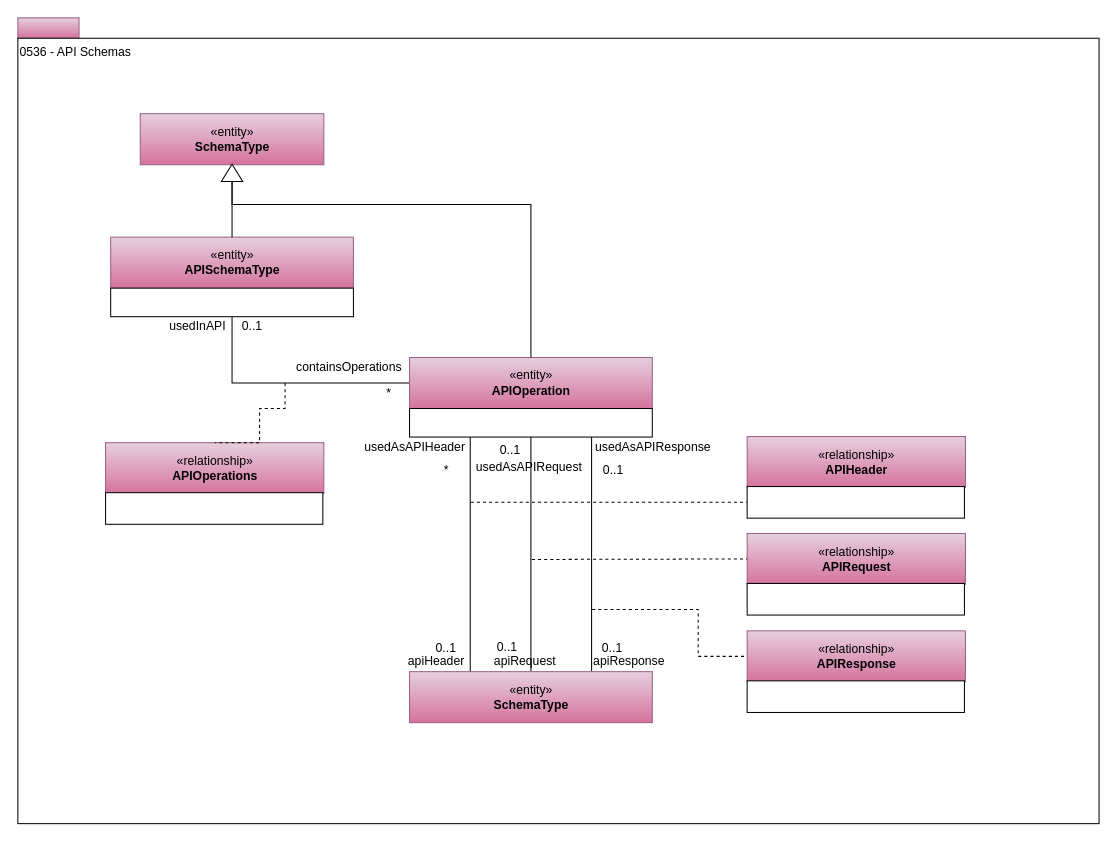
The draw.io diagram page "0536-API-Schemas" (17 of 27) of open-metadata-publication/website/open-metadata-types/area-5-models-and-schema.drawio in odpi/egeria, before the edit. Source tidied: cells renumbered, new cells numbered last; positions are measured from the earlier drawing's top-left corner, leaving out a move shared by most shapes. Both pictures are drawn from the tidied source at 102%, with x=0, y=0 at pixel (17, 17).
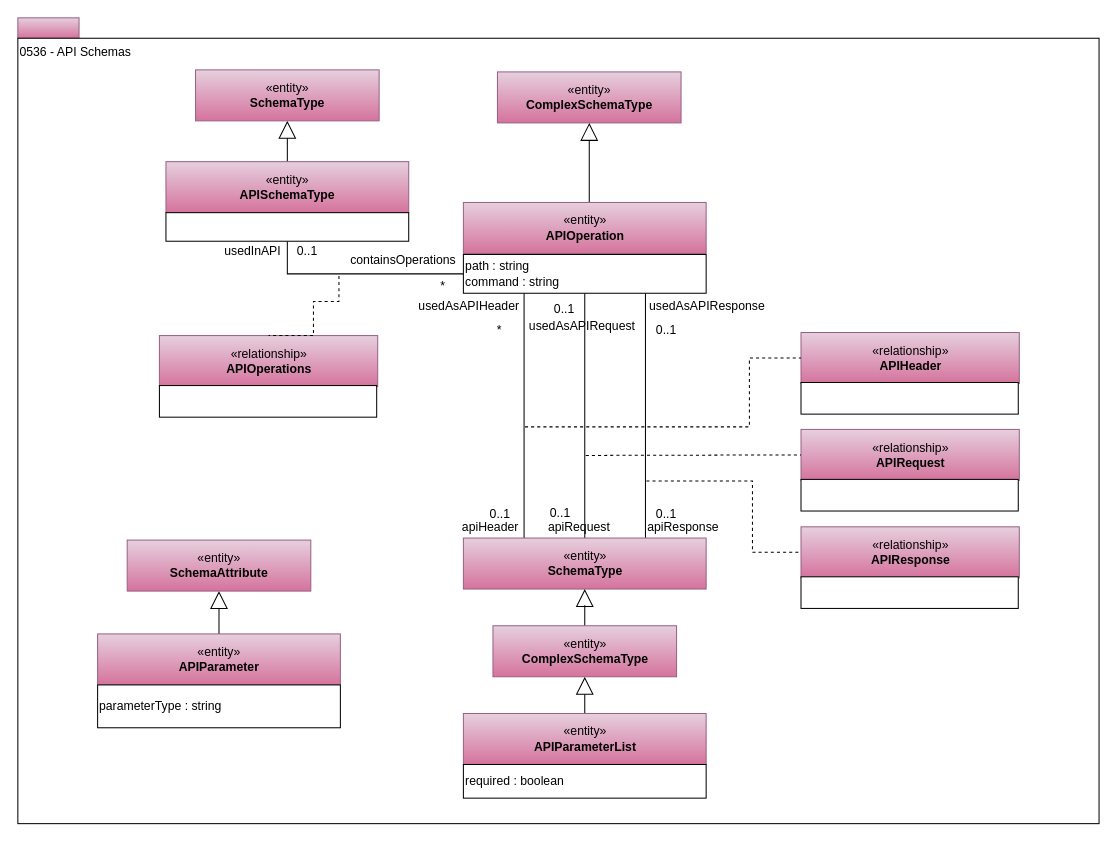
After the change.

The edit, as a diff of the source:
```diff
@@
+    <mxCell id="45" style="edgeStyle=orthogonalEdgeStyle;rounded=0;jumpSize=16;jettySize=auto;html=1;endArrow=block;endFill=0;endSize=15;" parent="1" edge="1" source="4" target="77">
+      <mxGeometry relative="1" as="geometry" />
+    </mxCell>
     <mxCell id="4" value="«entity»&lt;br&gt;&lt;b&gt;APISchemaType&lt;/b&gt;" style="html=1;strokeColor=#996185;align=center;fillColor=#e6d0de;gradientColor=#d5739d;" parent="1" vertex="1">
-      <mxGeometry x="91" y="215" width="238" height="50" as="geometry" />
+      <mxGeometry x="145.2" y="141" width="238" height="50" as="geometry" />
     </mxCell>
-    <mxCell id="5" style="edgeStyle=orthogonalEdgeStyle;rounded=0;jettySize=auto;html=1;exitX=0.5;exitY=1;exitDx=0;exitDy=0;entryX=0;entryY=0.5;entryDx=0;entryDy=0;endArrow=none;endFill=0;" parent="1" edge="1" source="6" target="10">
-      <mxGeometry relative="1" as="geometry" />
-    </mxCell>
-    <mxCell id="6" style="rounded=0;whiteSpace=wrap;html=1;strokeColor=#000000;gradientColor=#ffffff;align=left;" parent="1" vertex="1">
-      <mxGeometry x="91" y="265" width="238" height="28" as="geometry" />
-    </mxCell>
-    <mxCell id="7" style="edgeStyle=orthogonalEdgeStyle;rounded=0;html=1;endArrow=none;endFill=0;jettySize=auto;exitX=0;exitY=0.5;" parent="1" edge="1" source="9" target="4">
-      <mxGeometry relative="1" as="geometry" />
-    </mxCell>
-    <mxCell id="8" value="«entity»&lt;br&gt;&lt;b&gt;SchemaType&lt;/b&gt;" style="html=1;strokeColor=#996185;align=center;fillColor=#e6d0de;gradientColor=#d5739d;" parent="1" vertex="1">
-      <mxGeometry x="120" y="94" width="180" height="50" as="geometry" />
-    </mxCell>
-    <mxCell id="9" style="triangle;whiteSpace=wrap;html=1;strokeColor=#000000;gradientColor=#ffffff;align=center;rotation=-90;" parent="1" vertex="1">
-      <mxGeometry x="201.5" y="141.5" width="17" height="21" as="geometry" />
-    </mxCell>
+    <mxCell id="46" style="edgeStyle=orthogonalEdgeStyle;rounded=0;jettySize=auto;html=1;exitX=0.5;exitY=1;exitDx=0;exitDy=0;entryX=0;entryY=0.5;entryDx=0;entryDy=0;endArrow=none;endFill=0;" parent="1" edge="1" source="47" target="53">
+      <mxGeometry relative="1" as="geometry" />
+    </mxCell>
+    <mxCell id="47" style="rounded=0;whiteSpace=wrap;html=1;strokeColor=#000000;gradientColor=#ffffff;align=left;" parent="1" vertex="1">
+      <mxGeometry x="145.2" y="191" width="238" height="28" as="geometry" />
+    </mxCell>
+    <mxCell id="48" value="«entity»&lt;br&gt;&lt;b&gt;ComplexSchemaType&lt;/b&gt;" style="html=1;strokeColor=#996185;align=center;fillColor=#e6d0de;gradientColor=#d5739d;" parent="1" vertex="1">
+      <mxGeometry x="470.2" y="53" width="180" height="50" as="geometry" />
+    </mxCell>
+    <mxCell id="49" style="edgeStyle=orthogonalEdgeStyle;rounded=0;jettySize=auto;html=1;endArrow=block;endFill=0;endSize=15;" parent="1" edge="1" source="10" target="48">
+      <mxGeometry relative="1" as="geometry">
+        <Array as="points">
+          <mxPoint x="560.2" y="155" />
+          <mxPoint x="560.2" y="155" />
+        </Array>
+      </mxGeometry>
+    </mxCell>
     <mxCell id="10" value="«entity»&lt;br&gt;&lt;b&gt;APIOperation&lt;/b&gt;" style="html=1;strokeColor=#996185;align=center;fillColor=#e6d0de;gradientColor=#d5739d;" parent="1" vertex="1">
-      <mxGeometry x="384" y="333" width="238" height="50" as="geometry" />
+      <mxGeometry x="436.8" y="181" width="238" height="50" as="geometry" />
     </mxCell>
-    <mxCell id="11" style="edgeStyle=orthogonalEdgeStyle;rounded=0;jettySize=auto;html=1;exitX=0.25;exitY=1;exitDx=0;exitDy=0;endArrow=none;endFill=0;entryX=0.25;entryY=0;entryDx=0;entryDy=0;" parent="1" edge="1" source="14" target="23">
-      <mxGeometry relative="1" as="geometry" />
-    </mxCell>
-    <mxCell id="12" style="edgeStyle=orthogonalEdgeStyle;rounded=0;jettySize=auto;html=1;exitX=0.5;exitY=1;exitDx=0;exitDy=0;entryX=0.5;entryY=0;entryDx=0;entryDy=0;endArrow=none;endFill=0;" parent="1" edge="1" source="14" target="23">
-      <mxGeometry relative="1" as="geometry" />
-    </mxCell>
-    <mxCell id="13" style="edgeStyle=orthogonalEdgeStyle;rounded=0;jettySize=auto;html=1;exitX=0.75;exitY=1;exitDx=0;exitDy=0;entryX=0.75;entryY=0;entryDx=0;entryDy=0;endArrow=none;endFill=0;" parent="1" edge="1" source="14" target="23">
-      <mxGeometry relative="1" as="geometry" />
-    </mxCell>
-    <mxCell id="14" style="rounded=0;whiteSpace=wrap;html=1;strokeColor=#000000;gradientColor=#ffffff;align=left;" parent="1" vertex="1">
-      <mxGeometry x="384" y="383" width="238" height="28" as="geometry" />
-    </mxCell>
-    <mxCell id="15" style="edgeStyle=orthogonalEdgeStyle;rounded=0;html=1;endArrow=none;endFill=0;jettySize=auto;exitX=0;exitY=0.5;exitDx=0;exitDy=0;" parent="1" edge="1" source="9" target="10">
-      <mxGeometry relative="1" as="geometry">
-        <Array as="points">
-          <mxPoint x="210" y="183" />
-          <mxPoint x="503" y="183" />
-        </Array>
-      </mxGeometry>
-    </mxCell>
+    <mxCell id="50" style="edgeStyle=orthogonalEdgeStyle;rounded=0;jettySize=auto;html=1;exitX=0.25;exitY=1;exitDx=0;exitDy=0;endArrow=none;endFill=0;entryX=0.25;entryY=0;entryDx=0;entryDy=0;" parent="1" edge="1" source="53" target="56">
+      <mxGeometry relative="1" as="geometry" />
+    </mxCell>
+    <mxCell id="51" style="edgeStyle=orthogonalEdgeStyle;rounded=0;jettySize=auto;html=1;exitX=0.5;exitY=1;exitDx=0;exitDy=0;entryX=0.5;entryY=0;entryDx=0;entryDy=0;endArrow=none;endFill=0;" parent="1" edge="1" source="53" target="56">
+      <mxGeometry relative="1" as="geometry" />
+    </mxCell>
+    <mxCell id="52" style="edgeStyle=orthogonalEdgeStyle;rounded=0;jettySize=auto;html=1;exitX=0.75;exitY=1;exitDx=0;exitDy=0;entryX=0.75;entryY=0;entryDx=0;entryDy=0;endArrow=none;endFill=0;" parent="1" edge="1" source="53" target="56">
+      <mxGeometry relative="1" as="geometry" />
+    </mxCell>
+    <mxCell id="53" value="path : string&lt;br&gt;command : string" style="rounded=0;whiteSpace=wrap;html=1;strokeColor=#000000;gradientColor=#ffffff;align=left;" parent="1" vertex="1">
+      <mxGeometry x="436.8" y="232" width="238" height="38" as="geometry" />
+    </mxCell>
     <mxCell id="16" value="*" style="text;html=1;strokeColor=none;fillColor=none;align=center;verticalAlign=middle;whiteSpace=wrap;rounded=0;" parent="1" vertex="1">
-      <mxGeometry x="344" y="358" width="40" height="20" as="geometry" />
+      <mxGeometry x="396.8" y="253" width="40" height="20" as="geometry" />
     </mxCell>
     <mxCell id="17" value="containsOperations" style="text;html=1;strokeColor=none;fillColor=none;align=center;verticalAlign=middle;whiteSpace=wrap;rounded=0;" parent="1" vertex="1">
-      <mxGeometry x="273" y="333" width="104" height="20" as="geometry" />
+      <mxGeometry x="325.8" y="228" width="104" height="20" as="geometry" />
     </mxCell>
     <mxCell id="18" value="0..1" style="text;html=1;strokeColor=none;fillColor=none;align=center;verticalAlign=middle;whiteSpace=wrap;rounded=0;" parent="1" vertex="1">
-      <mxGeometry x="210" y="293" width="40" height="20" as="geometry" />
+      <mxGeometry x="264.2" y="219" width="40" height="20" as="geometry" />
     </mxCell>
     <mxCell id="19" value="usedInAPI" style="text;html=1;strokeColor=none;fillColor=none;align=center;verticalAlign=middle;whiteSpace=wrap;rounded=0;" parent="1" vertex="1">
-      <mxGeometry x="143" y="293" width="67" height="20" as="geometry" />
+      <mxGeometry x="197.2" y="219" width="67" height="20" as="geometry" />
     </mxCell>
     <mxCell id="20" value="«relationship»&lt;br&gt;&lt;b&gt;APIOperations&lt;/b&gt;" style="html=1;strokeColor=#996185;align=center;fillColor=#e6d0de;gradientColor=#d5739d;" parent="1" vertex="1">
-      <mxGeometry x="86" y="416.5" width="214" height="50" as="geometry" />
+      <mxGeometry x="138.8" y="311.5" width="214" height="50" as="geometry" />
     </mxCell>
-    <mxCell id="21" style="endArrow=none;dashed=1;html=1;entryX=0.5;entryY=0;entryDx=0;entryDy=0;edgeStyle=orthogonalEdgeStyle;rounded=0;" parent="1" edge="1" target="20">
-      <mxGeometry relative="1" as="geometry">
-        <mxPoint x="262" y="358" as="sourcePoint" />
-        <Array as="points">
-          <mxPoint x="262" y="383" />
-          <mxPoint x="237" y="383" />
-        </Array>
-      </mxGeometry>
-    </mxCell>
-    <mxCell id="22" value="&lt;div style=&quot;text-align: left&quot;&gt;&lt;br&gt;&lt;/div&gt;" style="rounded=0;whiteSpace=wrap;html=1;strokeColor=#000000;gradientColor=#ffffff;align=left;" parent="1" vertex="1">
-      <mxGeometry x="86" y="465.5" width="213" height="31" as="geometry" />
-    </mxCell>
-    <mxCell id="23" value="«entity»&lt;br&gt;&lt;b&gt;SchemaType&lt;/b&gt;" style="html=1;strokeColor=#996185;align=center;fillColor=#e6d0de;gradientColor=#d5739d;" parent="1" vertex="1">
-      <mxGeometry x="384" y="641" width="238" height="50" as="geometry" />
-    </mxCell>
+    <mxCell id="54" style="endArrow=none;dashed=1;html=1;entryX=0.5;entryY=0;entryDx=0;entryDy=0;edgeStyle=orthogonalEdgeStyle;rounded=0;" parent="1" edge="1" target="20">
+      <mxGeometry relative="1" as="geometry">
+        <mxPoint x="314.8" y="253" as="sourcePoint" />
+        <Array as="points">
+          <mxPoint x="314.8" y="278" />
+          <mxPoint x="289.8" y="278" />
+        </Array>
+      </mxGeometry>
+    </mxCell>
+    <mxCell id="55" value="&lt;div style=&quot;text-align: left&quot;&gt;&lt;br&gt;&lt;/div&gt;" style="rounded=0;whiteSpace=wrap;html=1;strokeColor=#000000;gradientColor=#ffffff;align=left;" parent="1" vertex="1">
+      <mxGeometry x="138.8" y="360.5" width="213" height="31" as="geometry" />
+    </mxCell>
+    <mxCell id="56" value="«entity»&lt;br&gt;&lt;b&gt;SchemaType&lt;/b&gt;" style="html=1;strokeColor=#996185;align=center;fillColor=#e6d0de;gradientColor=#d5739d;" parent="1" vertex="1">
+      <mxGeometry x="436.8" y="510" width="238" height="50" as="geometry" />
+    </mxCell>
     <mxCell id="24" value="apiHeader" style="text;html=1;strokeColor=none;fillColor=none;align=center;verticalAlign=middle;whiteSpace=wrap;rounded=0;" parent="1" vertex="1">
-      <mxGeometry x="377" y="621" width="67" height="20" as="geometry" />
+      <mxGeometry x="429.8" y="490" width="67" height="20" as="geometry" />
     </mxCell>
     <mxCell id="25" value="apiRequest" style="text;html=1;strokeColor=none;fillColor=none;align=center;verticalAlign=middle;whiteSpace=wrap;rounded=0;" parent="1" vertex="1">
-      <mxGeometry x="464" y="621" width="67" height="20" as="geometry" />
+      <mxGeometry x="516.8" y="490" width="67" height="20" as="geometry" />
     </mxCell>
     <mxCell id="26" value="apiResponse" style="text;html=1;strokeColor=none;fillColor=none;align=center;verticalAlign=middle;whiteSpace=wrap;rounded=0;" parent="1" vertex="1">
-      <mxGeometry x="566" y="621" width="67" height="20" as="geometry" />
+      <mxGeometry x="618.8" y="490" width="67" height="20" as="geometry" />
     </mxCell>
     <mxCell id="27" value="usedAsAPIResponse" style="text;html=1;strokeColor=none;fillColor=none;align=center;verticalAlign=middle;whiteSpace=wrap;rounded=0;" parent="1" vertex="1">
-      <mxGeometry x="567" y="411" width="112" height="20" as="geometry" />
+      <mxGeometry x="619.8" y="273" width="112" height="20" as="geometry" />
     </mxCell>
     <mxCell id="28" value="usedAsAPIHeader" style="text;html=1;strokeColor=none;fillColor=none;align=center;verticalAlign=middle;whiteSpace=wrap;rounded=0;" parent="1" vertex="1">
-      <mxGeometry x="356" y="411" width="67" height="20" as="geometry" />
+      <mxGeometry x="408.8" y="273" width="67" height="20" as="geometry" />
     </mxCell>
     <mxCell id="29" value="usedAsAPIRequest" style="text;html=1;strokeColor=none;fillColor=none;align=center;verticalAlign=middle;whiteSpace=wrap;rounded=0;" parent="1" vertex="1">
-      <mxGeometry x="441.5" y="431" width="119" height="20" as="geometry" />
+      <mxGeometry x="494.2" y="293" width="119" height="20" as="geometry" />
     </mxCell>
-    <mxCell id="30" value="0..1" style="text;html=1;align=left;verticalAlign=top;spacingTop=-4;" parent="1" vertex="1">
-      <mxGeometry x="571.5" y="434" width="30" height="14" as="geometry" />
-    </mxCell>
-    <mxCell id="31" value="0..1" style="text;html=1;align=left;verticalAlign=top;spacingTop=-4;" parent="1" vertex="1">
-      <mxGeometry x="571" y="608" width="30" height="14" as="geometry" />
-    </mxCell>
-    <mxCell id="32" value="0..1" style="text;html=1;align=left;verticalAlign=top;spacingTop=-4;" parent="1" vertex="1">
-      <mxGeometry x="467.5" y="607" width="30" height="14" as="geometry" />
-    </mxCell>
-    <mxCell id="33" value="0..1" style="text;html=1;align=left;verticalAlign=top;spacingTop=-4;" parent="1" vertex="1">
-      <mxGeometry x="408" y="608" width="30" height="14" as="geometry" />
-    </mxCell>
-    <mxCell id="34" value="0..1" style="text;html=1;align=left;verticalAlign=top;spacingTop=-4;" parent="1" vertex="1">
-      <mxGeometry x="471" y="414" width="30" height="14" as="geometry" />
-    </mxCell>
+    <mxCell id="57" value="0..1" style="text;html=1;align=left;verticalAlign=top;spacingTop=-4;" parent="1" vertex="1">
+      <mxGeometry x="624.2" y="296" width="30" height="14" as="geometry" />
+    </mxCell>
+    <mxCell id="58" value="0..1" style="text;html=1;align=left;verticalAlign=top;spacingTop=-4;" parent="1" vertex="1">
+      <mxGeometry x="623.8" y="477" width="30" height="14" as="geometry" />
+    </mxCell>
+    <mxCell id="59" value="0..1" style="text;html=1;align=left;verticalAlign=top;spacingTop=-4;" parent="1" vertex="1">
+      <mxGeometry x="520.2" y="476" width="30" height="14" as="geometry" />
+    </mxCell>
+    <mxCell id="60" value="0..1" style="text;html=1;align=left;verticalAlign=top;spacingTop=-4;" parent="1" vertex="1">
+      <mxGeometry x="460.8" y="477" width="30" height="14" as="geometry" />
+    </mxCell>
+    <mxCell id="61" value="0..1" style="text;html=1;align=left;verticalAlign=top;spacingTop=-4;" parent="1" vertex="1">
+      <mxGeometry x="523.8" y="276" width="30" height="14" as="geometry" />
+    </mxCell>
     <mxCell id="35" value="*" style="text;html=1;align=left;verticalAlign=top;spacingTop=-4;" parent="1" vertex="1">
-      <mxGeometry x="415.5" y="434" width="15" height="14" as="geometry" />
+      <mxGeometry x="468.2" y="296" width="15" height="14" as="geometry" />
     </mxCell>
     <mxCell id="36" value="«relationship»&lt;br&gt;&lt;b&gt;APIHeader&lt;br&gt;&lt;/b&gt;" style="html=1;strokeColor=#996185;align=center;fillColor=#e6d0de;gradientColor=#d5739d;" parent="1" vertex="1">
-      <mxGeometry x="715" y="410.5" width="214" height="50" as="geometry" />
+      <mxGeometry x="767.8" y="308.5" width="214" height="50" as="geometry" />
     </mxCell>
-    <mxCell id="37" style="endArrow=none;dashed=1;html=1;entryX=0;entryY=0.5;entryDx=0;entryDy=0;edgeStyle=orthogonalEdgeStyle;rounded=0;" parent="1" edge="1" target="38">
-      <mxGeometry relative="1" as="geometry">
-        <mxPoint x="444" y="475" as="sourcePoint" />
-        <Array as="points">
-          <mxPoint x="604" y="475" />
-          <mxPoint x="604" y="475" />
-        </Array>
-      </mxGeometry>
-    </mxCell>
-    <mxCell id="38" value="&lt;div style=&quot;text-align: left&quot;&gt;&lt;br&gt;&lt;/div&gt;" style="rounded=0;whiteSpace=wrap;html=1;strokeColor=#000000;gradientColor=#ffffff;align=left;" parent="1" vertex="1">
-      <mxGeometry x="715" y="459.5" width="213" height="31" as="geometry" />
-    </mxCell>
+    <mxCell id="62" style="endArrow=none;dashed=1;html=1;entryX=0;entryY=0.5;entryDx=0;entryDy=0;edgeStyle=orthogonalEdgeStyle;rounded=0;" parent="1" edge="1" target="36">
+      <mxGeometry relative="1" as="geometry">
+        <mxPoint x="497.2" y="401" as="sourcePoint" />
+        <Array as="points">
+          <mxPoint x="497.2" y="401" />
+          <mxPoint x="717.2" y="401" />
+          <mxPoint x="717.2" y="334" />
+        </Array>
+      </mxGeometry>
+    </mxCell>
+    <mxCell id="63" value="&lt;div style=&quot;text-align: left&quot;&gt;&lt;br&gt;&lt;/div&gt;" style="rounded=0;whiteSpace=wrap;html=1;strokeColor=#000000;gradientColor=#ffffff;align=left;" parent="1" vertex="1">
+      <mxGeometry x="767.8" y="357.5" width="213" height="31" as="geometry" />
+    </mxCell>
     <mxCell id="39" value="«relationship»&lt;br&gt;&lt;b&gt;APIRequest&lt;br&gt;&lt;/b&gt;" style="html=1;strokeColor=#996185;align=center;fillColor=#e6d0de;gradientColor=#d5739d;" parent="1" vertex="1">
-      <mxGeometry x="715" y="505.5" width="214" height="50" as="geometry" />
+      <mxGeometry x="767.8" y="403.5" width="214" height="50" as="geometry" />
     </mxCell>
-    <mxCell id="40" style="endArrow=none;dashed=1;html=1;entryX=0;entryY=0.5;entryDx=0;entryDy=0;edgeStyle=orthogonalEdgeStyle;rounded=0;" parent="1" edge="1" target="39">
-      <mxGeometry relative="1" as="geometry">
-        <mxPoint x="504" y="531" as="sourcePoint" />
-        <Array as="points">
-          <mxPoint x="504" y="531" />
-        </Array>
-      </mxGeometry>
-    </mxCell>
-    <mxCell id="41" value="&lt;div style=&quot;text-align: left&quot;&gt;&lt;br&gt;&lt;/div&gt;" style="rounded=0;whiteSpace=wrap;html=1;strokeColor=#000000;gradientColor=#ffffff;align=left;" parent="1" vertex="1">
-      <mxGeometry x="715" y="554.5" width="213" height="31" as="geometry" />
-    </mxCell>
+    <mxCell id="64" style="endArrow=none;dashed=1;html=1;entryX=0;entryY=0.5;entryDx=0;entryDy=0;edgeStyle=orthogonalEdgeStyle;rounded=0;" parent="1" edge="1" target="39">
+      <mxGeometry relative="1" as="geometry">
+        <mxPoint x="556.8" y="429" as="sourcePoint" />
+        <Array as="points">
+          <mxPoint x="556.8" y="429" />
+        </Array>
+      </mxGeometry>
+    </mxCell>
+    <mxCell id="65" value="&lt;div style=&quot;text-align: left&quot;&gt;&lt;br&gt;&lt;/div&gt;" style="rounded=0;whiteSpace=wrap;html=1;strokeColor=#000000;gradientColor=#ffffff;align=left;" parent="1" vertex="1">
+      <mxGeometry x="767.8" y="452.5" width="213" height="31" as="geometry" />
+    </mxCell>
     <mxCell id="42" value="«relationship»&lt;br&gt;&lt;b&gt;APIResponse&lt;br&gt;&lt;/b&gt;" style="html=1;strokeColor=#996185;align=center;fillColor=#e6d0de;gradientColor=#d5739d;" parent="1" vertex="1">
-      <mxGeometry x="715" y="601" width="214" height="50" as="geometry" />
+      <mxGeometry x="767.8" y="499" width="214" height="50" as="geometry" />
     </mxCell>
-    <mxCell id="43" style="endArrow=none;dashed=1;html=1;entryX=0;entryY=0.5;entryDx=0;entryDy=0;edgeStyle=orthogonalEdgeStyle;rounded=0;" parent="1" edge="1" target="42">
-      <mxGeometry relative="1" as="geometry">
-        <mxPoint x="563" y="580" as="sourcePoint" />
-        <Array as="points">
-          <mxPoint x="667" y="580" />
-          <mxPoint x="667" y="626" />
-        </Array>
-      </mxGeometry>
-    </mxCell>
-    <mxCell id="44" value="&lt;div style=&quot;text-align: left&quot;&gt;&lt;br&gt;&lt;/div&gt;" style="rounded=0;whiteSpace=wrap;html=1;strokeColor=#000000;gradientColor=#ffffff;align=left;" parent="1" vertex="1">
-      <mxGeometry x="715" y="650" width="213" height="31" as="geometry" />
-    </mxCell>
+    <mxCell id="66" style="endArrow=none;dashed=1;html=1;entryX=0;entryY=0.5;entryDx=0;entryDy=0;edgeStyle=orthogonalEdgeStyle;rounded=0;" parent="1" edge="1" target="42">
+      <mxGeometry relative="1" as="geometry">
+        <mxPoint x="616.2" y="454" as="sourcePoint" />
+        <Array as="points">
+          <mxPoint x="720.2" y="454" />
+          <mxPoint x="720.2" y="524" />
+        </Array>
+      </mxGeometry>
+    </mxCell>
+    <mxCell id="67" value="&lt;div style=&quot;text-align: left&quot;&gt;&lt;br&gt;&lt;/div&gt;" style="rounded=0;whiteSpace=wrap;html=1;strokeColor=#000000;gradientColor=#ffffff;align=left;" parent="1" vertex="1">
+      <mxGeometry x="767.8" y="548" width="213" height="31" as="geometry" />
+    </mxCell>
+    <mxCell id="68" style="edgeStyle=orthogonalEdgeStyle;rounded=0;jettySize=auto;html=1;endArrow=block;endFill=0;endSize=15;" parent="1" edge="1" source="69" target="75">
+      <mxGeometry relative="1" as="geometry">
+        <Array as="points">
+          <mxPoint x="556.2" y="671" />
+          <mxPoint x="556.2" y="671" />
+        </Array>
+      </mxGeometry>
+    </mxCell>
+    <mxCell id="69" value="«entity»&lt;br&gt;&lt;b&gt;APIParameterList&lt;/b&gt;" style="html=1;strokeColor=#996185;align=center;fillColor=#e6d0de;gradientColor=#d5739d;" parent="1" vertex="1">
+      <mxGeometry x="436.8" y="682" width="238" height="50" as="geometry" />
+    </mxCell>
+    <mxCell id="70" value="required : boolean" style="rounded=0;whiteSpace=wrap;html=1;strokeColor=#000000;gradientColor=#ffffff;align=left;" parent="1" vertex="1">
+      <mxGeometry x="436.8" y="732" width="238" height="33" as="geometry" />
+    </mxCell>
+    <mxCell id="71" style="edgeStyle=orthogonalEdgeStyle;rounded=0;jettySize=auto;html=1;endArrow=block;endFill=0;endSize=15;" parent="1" edge="1" source="72" target="76">
+      <mxGeometry relative="1" as="geometry" />
+    </mxCell>
+    <mxCell id="72" value="«entity»&lt;br&gt;&lt;b&gt;APIParameter&lt;/b&gt;" style="html=1;strokeColor=#996185;align=center;fillColor=#e6d0de;gradientColor=#d5739d;" parent="1" vertex="1">
+      <mxGeometry x="78.2" y="604" width="238" height="50" as="geometry" />
+    </mxCell>
+    <mxCell id="73" value="parameterType : string" style="rounded=0;whiteSpace=wrap;html=1;strokeColor=#000000;gradientColor=#ffffff;align=left;" parent="1" vertex="1">
+      <mxGeometry x="78.2" y="654" width="238" height="42" as="geometry" />
+    </mxCell>
+    <mxCell id="74" style="edgeStyle=orthogonalEdgeStyle;rounded=0;jettySize=auto;html=1;endArrow=block;endFill=0;endSize=15;" parent="1" edge="1" source="75" target="56">
+      <mxGeometry relative="1" as="geometry" />
+    </mxCell>
+    <mxCell id="75" value="«entity»&lt;br&gt;&lt;b&gt;ComplexSchemaType&lt;/b&gt;" style="html=1;strokeColor=#996185;align=center;fillColor=#e6d0de;gradientColor=#d5739d;" parent="1" vertex="1">
+      <mxGeometry x="465.8" y="596" width="180" height="50" as="geometry" />
+    </mxCell>
+    <mxCell id="76" value="«entity»&lt;br&gt;&lt;b&gt;SchemaAttribute&lt;/b&gt;" style="html=1;strokeColor=#996185;align=center;fillColor=#e6d0de;gradientColor=#d5739d;" parent="1" vertex="1">
+      <mxGeometry x="107.2" y="512" width="180" height="50" as="geometry" />
+    </mxCell>
+    <mxCell id="77" value="«entity»&lt;br&gt;&lt;b&gt;SchemaType&lt;/b&gt;" style="html=1;strokeColor=#996185;align=center;fillColor=#e6d0de;gradientColor=#d5739d;" parent="1" vertex="1">
+      <mxGeometry x="174.2" y="51" width="180" height="50" as="geometry" />
+    </mxCell>
```
